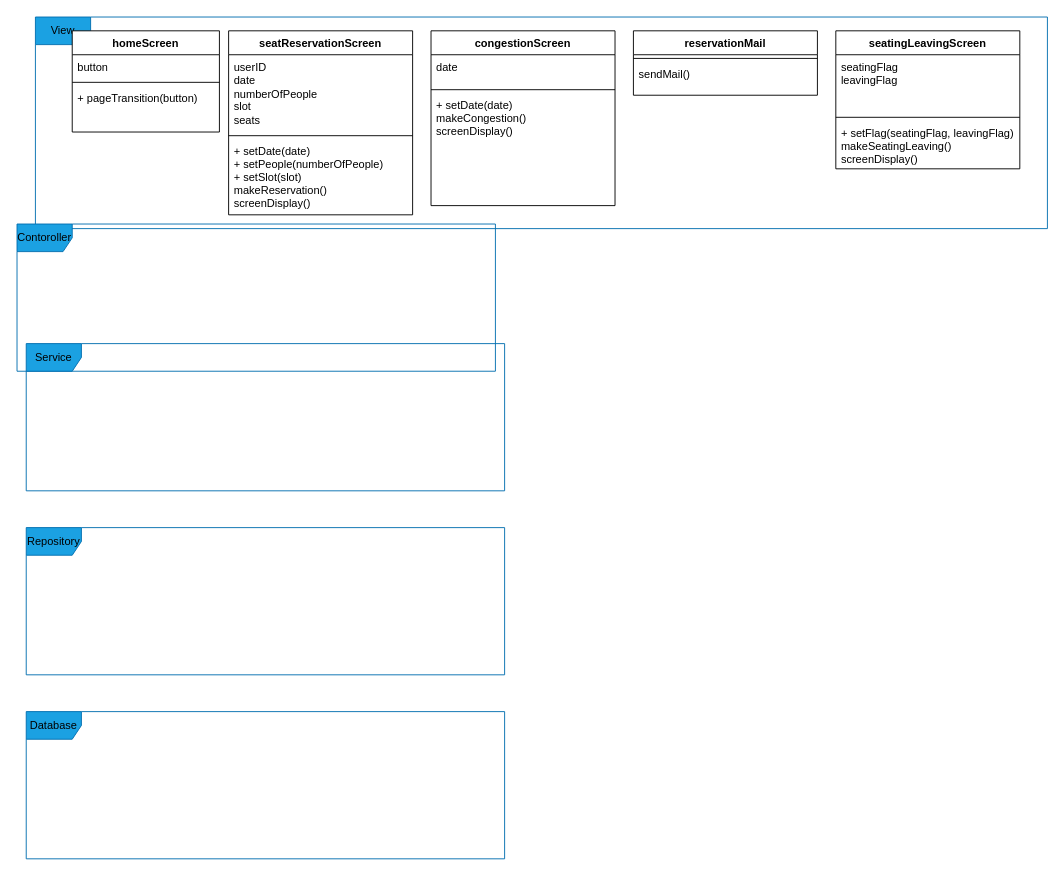
This is CaptainLunch/design/drawio/class_keita.drawio from 10matcho27/Avengers, a draw.io file, before an edit. Source tidied: cells renumbered, new cells numbered last; positions are measured from the earlier drawing's top-left corner, leaving out a move shared by most shapes. Both pictures are drawn from the tidied source at 92%, with x=0, y=0 at pixel (17, 17).
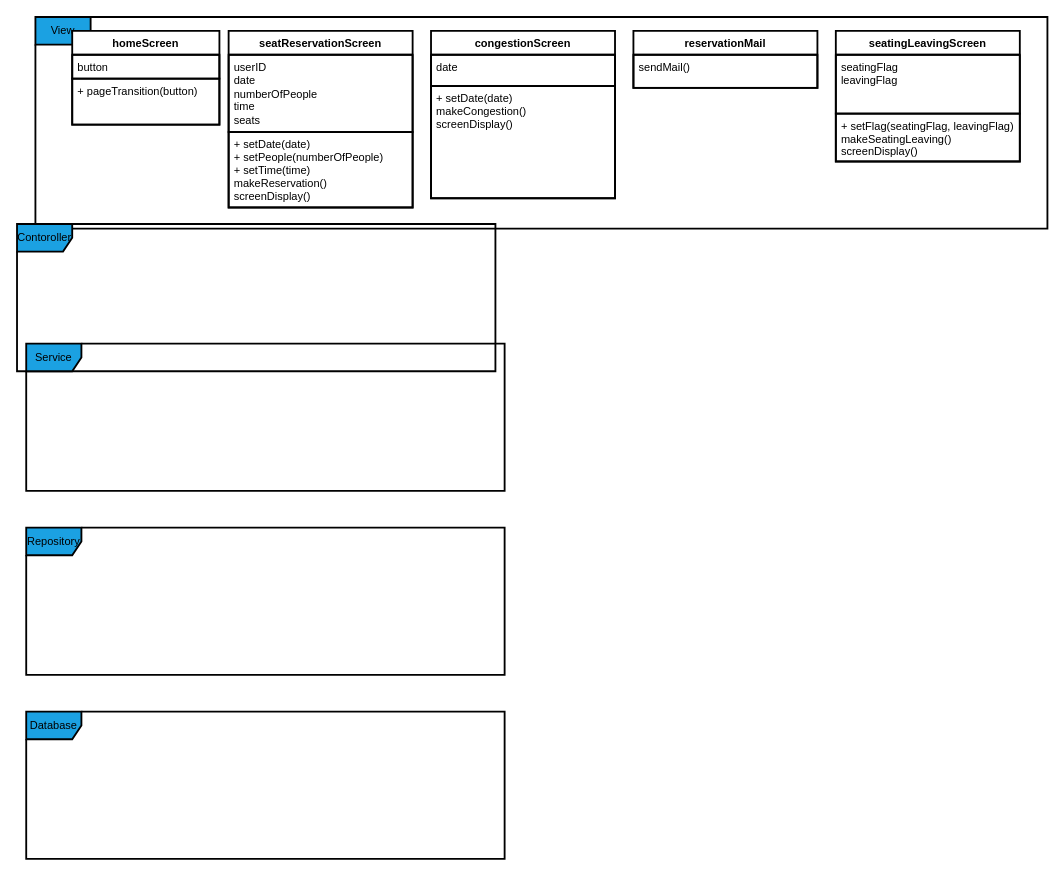
The same diagram, later.

Commit message (it also covers changes not shown here):
make view class

The edit, as a diff of the source:
```diff
@@
-    <mxCell id="2" value="View" style="shape=umlFrame;whiteSpace=wrap;html=1;fontColor=#000000;strokeColor=#006EAF;fillColor=#1ba1e2;" parent="1" vertex="1">
+    <mxCell id="2" value="View" style="shape=umlFrame;whiteSpace=wrap;html=1;fontColor=#000000;strokeColor=#000000;fillColor=#1ba1e2;strokeWidth=2;" parent="1" vertex="1">
       <mxGeometry x="20" width="1100" height="230" as="geometry" />
     </mxCell>
-    <mxCell id="3" value="Contoroller" style="shape=umlFrame;whiteSpace=wrap;html=1;fontColor=#000000;strokeColor=#006EAF;fillColor=#1ba1e2;" parent="1" vertex="1">
+    <mxCell id="3" value="Contoroller" style="shape=umlFrame;whiteSpace=wrap;html=1;fontColor=#000000;strokeColor=#000000;fillColor=#1ba1e2;strokeWidth=2;" parent="1" vertex="1">
       <mxGeometry y="225" width="520" height="160" as="geometry" />
     </mxCell>
-    <mxCell id="4" value="Service" style="shape=umlFrame;whiteSpace=wrap;html=1;fontColor=#000000;strokeColor=#006EAF;fillColor=#1ba1e2;" parent="1" vertex="1">
+    <mxCell id="4" value="Service" style="shape=umlFrame;whiteSpace=wrap;html=1;fontColor=#000000;strokeColor=#000000;fillColor=#1ba1e2;strokeWidth=2;" parent="1" vertex="1">
       <mxGeometry x="10" y="355" width="520" height="160" as="geometry" />
     </mxCell>
-    <mxCell id="5" value="Repository" style="shape=umlFrame;whiteSpace=wrap;html=1;fontColor=#000000;strokeColor=#006EAF;fillColor=#1ba1e2;" parent="1" vertex="1">
+    <mxCell id="5" value="Repository" style="shape=umlFrame;whiteSpace=wrap;html=1;fontColor=#000000;strokeColor=#000000;fillColor=#1ba1e2;strokeWidth=2;" parent="1" vertex="1">
       <mxGeometry x="10" y="555" width="520" height="160" as="geometry" />
     </mxCell>
-    <mxCell id="6" value="Database" style="shape=umlFrame;whiteSpace=wrap;html=1;fontColor=#000000;strokeColor=#006EAF;fillColor=#1ba1e2;" parent="1" vertex="1">
+    <mxCell id="6" value="Database" style="shape=umlFrame;whiteSpace=wrap;html=1;fontColor=#000000;strokeColor=#000000;fillColor=#1ba1e2;strokeWidth=2;" parent="1" vertex="1">
       <mxGeometry x="10" y="755" width="520" height="160" as="geometry" />
     </mxCell>
-    <mxCell id="7" value="homeScreen" style="swimlane;fontStyle=1;align=center;verticalAlign=top;horizontal=1;startSize=26;" parent="1" vertex="1">
-      <mxGeometry x="60" y="15" width="160" height="110" as="geometry" />
+    <mxCell id="7" value="homeScreen" style="swimlane;fontStyle=1;align=center;verticalAlign=top;horizontal=1;startSize=26;fontColor=#000000;strokeColor=#000000;fillColor=#FFFFFF;strokeWidth=2;" parent="1" vertex="1">
+      <mxGeometry x="60" y="15" width="160" height="102" as="geometry" />
     </mxCell>
-    <mxCell id="8" value="button" style="text;strokeColor=none;fillColor=none;align=left;verticalAlign=top;spacingLeft=4;spacingRight=4;overflow=hidden;html=1;" parent="7" vertex="1">
+    <mxCell id="8" value="button" style="text;strokeColor=#000000;fillColor=none;align=left;verticalAlign=top;spacingLeft=4;spacingRight=4;overflow=hidden;html=1;fontColor=#000000;strokeWidth=2;" parent="7" vertex="1">
       <mxGeometry y="26" width="160" height="26" as="geometry" />
     </mxCell>
-    <mxCell id="9" style="line;strokeWidth=1;fillColor=none;align=left;verticalAlign=middle;spacingTop=-1;spacingLeft=3;spacingRight=3;labelPosition=right;" parent="7" vertex="1">
-      <mxGeometry y="52" width="160" height="8" as="geometry" />
-    </mxCell>
-    <mxCell id="10" value="+ pageTransition(button)" style="text;strokeColor=none;fillColor=none;align=left;verticalAlign=top;spacingLeft=4;spacingRight=4;overflow=hidden;" parent="7" vertex="1">
-      <mxGeometry y="60" width="160" height="50" as="geometry" />
+    <mxCell id="10" value="+ pageTransition(button)" style="text;strokeColor=#000000;fillColor=none;align=left;verticalAlign=top;spacingLeft=4;spacingRight=4;overflow=hidden;fontColor=#000000;strokeWidth=2;" parent="7" vertex="1">
+      <mxGeometry y="52" width="160" height="50" as="geometry" />
     </mxCell>
-    <mxCell id="11" value="seatReservationScreen" style="swimlane;fontStyle=1;align=center;verticalAlign=top;horizontal=1;startSize=26;" parent="1" vertex="1">
-      <mxGeometry x="230" y="15" width="200" height="200" as="geometry" />
+    <mxCell id="11" value="seatReservationScreen" style="swimlane;fontStyle=1;align=center;verticalAlign=top;horizontal=1;startSize=26;fontColor=#000000;strokeColor=#000000;fillColor=#FFFFFF;strokeWidth=2;" parent="1" vertex="1">
+      <mxGeometry x="230" y="15" width="200" height="192" as="geometry" />
     </mxCell>
-    <mxCell id="12" value="userID&lt;br&gt;date&lt;br&gt;numberOfPeople&lt;br&gt;slot&lt;br&gt;seats" style="text;strokeColor=none;fillColor=none;align=left;verticalAlign=top;spacingLeft=4;spacingRight=4;overflow=hidden;html=1;" parent="11" vertex="1">
+    <mxCell id="12" value="userID&lt;br&gt;date&lt;br&gt;numberOfPeople&lt;br&gt;time&lt;br&gt;seats" style="text;strokeColor=#000000;fillColor=none;align=left;verticalAlign=top;spacingLeft=4;spacingRight=4;overflow=hidden;html=1;fontColor=#000000;strokeWidth=2;" parent="11" vertex="1">
       <mxGeometry y="26" width="200" height="84" as="geometry" />
     </mxCell>
-    <mxCell id="13" style="line;strokeWidth=1;fillColor=none;align=left;verticalAlign=middle;spacingTop=-1;spacingLeft=3;spacingRight=3;labelPosition=right;" parent="11" vertex="1">
-      <mxGeometry y="110" width="200" height="8" as="geometry" />
-    </mxCell>
-    <mxCell id="14" value="+ setDate(date)&#10;+ setPeople(numberOfPeople)&#10;+ setSlot(slot)&#10;makeReservation()&#10;screenDisplay()" style="text;strokeColor=none;fillColor=none;align=left;verticalAlign=top;spacingLeft=4;spacingRight=4;overflow=hidden;" parent="11" vertex="1">
-      <mxGeometry y="118" width="200" height="82" as="geometry" />
+    <mxCell id="14" value="+ setDate(date)&#10;+ setPeople(numberOfPeople)&#10;+ setTime(time)&#10;makeReservation()&#10;screenDisplay()" style="text;strokeColor=#000000;fillColor=none;align=left;verticalAlign=top;spacingLeft=4;spacingRight=4;overflow=hidden;fontColor=#000000;strokeWidth=2;" parent="11" vertex="1">
+      <mxGeometry y="110" width="200" height="82" as="geometry" />
     </mxCell>
-    <mxCell id="15" value="congestionScreen" style="swimlane;fontStyle=1;align=center;verticalAlign=top;horizontal=1;startSize=26;" parent="1" vertex="1">
-      <mxGeometry x="450" y="15" width="200" height="190" as="geometry" />
+    <mxCell id="15" value="congestionScreen" style="swimlane;fontStyle=1;align=center;verticalAlign=top;horizontal=1;startSize=26;fontColor=#000000;strokeColor=#000000;fillColor=#FFFFFF;strokeWidth=2;" parent="1" vertex="1">
+      <mxGeometry x="450" y="15" width="200" height="182" as="geometry" />
     </mxCell>
-    <mxCell id="16" value="date" style="text;strokeColor=none;fillColor=none;align=left;verticalAlign=top;spacingLeft=4;spacingRight=4;overflow=hidden;html=1;" parent="15" vertex="1">
+    <mxCell id="16" value="date" style="text;strokeColor=#000000;fillColor=none;align=left;verticalAlign=top;spacingLeft=4;spacingRight=4;overflow=hidden;html=1;fontColor=#000000;strokeWidth=2;" parent="15" vertex="1">
       <mxGeometry y="26" width="200" height="34" as="geometry" />
     </mxCell>
-    <mxCell id="17" style="line;strokeWidth=1;fillColor=none;align=left;verticalAlign=middle;spacingTop=-1;spacingLeft=3;spacingRight=3;labelPosition=right;" parent="15" vertex="1">
-      <mxGeometry y="60" width="200" height="8" as="geometry" />
-    </mxCell>
-    <mxCell id="18" value="+ setDate(date)&#10;makeCongestion()&#10;screenDisplay()" style="text;strokeColor=none;fillColor=none;align=left;verticalAlign=top;spacingLeft=4;spacingRight=4;overflow=hidden;" parent="15" vertex="1">
-      <mxGeometry y="68" width="200" height="122" as="geometry" />
+    <mxCell id="18" value="+ setDate(date)&#10;makeCongestion()&#10;screenDisplay()" style="text;strokeColor=#000000;fillColor=none;align=left;verticalAlign=top;spacingLeft=4;spacingRight=4;overflow=hidden;fontColor=#000000;strokeWidth=2;" parent="15" vertex="1">
+      <mxGeometry y="60" width="200" height="122" as="geometry" />
     </mxCell>
-    <mxCell id="19" value="reservationMail" style="swimlane;fontStyle=1;align=center;verticalAlign=top;horizontal=1;startSize=26;" parent="1" vertex="1">
-      <mxGeometry x="670" y="15" width="200" height="70" as="geometry" />
+    <mxCell id="19" value="reservationMail" style="swimlane;fontStyle=1;align=center;verticalAlign=top;horizontal=1;startSize=26;fontColor=#000000;strokeColor=#000000;fillColor=#FFFFFF;strokeWidth=2;" parent="1" vertex="1">
+      <mxGeometry x="670" y="15" width="200" height="62" as="geometry" />
     </mxCell>
-    <mxCell id="20" style="line;strokeWidth=1;fillColor=none;align=left;verticalAlign=middle;spacingTop=-1;spacingLeft=3;spacingRight=3;labelPosition=right;" parent="19" vertex="1">
-      <mxGeometry y="26" width="200" height="8" as="geometry" />
-    </mxCell>
-    <mxCell id="21" value="sendMail()" style="text;strokeColor=none;fillColor=none;align=left;verticalAlign=top;spacingLeft=4;spacingRight=4;overflow=hidden;" parent="19" vertex="1">
-      <mxGeometry y="34" width="200" height="36" as="geometry" />
+    <mxCell id="21" value="sendMail()" style="text;strokeColor=#000000;fillColor=none;align=left;verticalAlign=top;spacingLeft=4;spacingRight=4;overflow=hidden;fontColor=#000000;strokeWidth=2;" parent="19" vertex="1">
+      <mxGeometry y="26" width="200" height="36" as="geometry" />
     </mxCell>
-    <mxCell id="22" value="seatingLeavingScreen" style="swimlane;fontStyle=1;align=center;verticalAlign=top;horizontal=1;startSize=26;" parent="1" vertex="1">
-      <mxGeometry x="890" y="15" width="200" height="150" as="geometry" />
+    <mxCell id="22" value="seatingLeavingScreen" style="swimlane;fontStyle=1;align=center;verticalAlign=top;horizontal=1;startSize=26;fontColor=#000000;strokeColor=#000000;fillColor=#FFFFFF;strokeWidth=2;" parent="1" vertex="1">
+      <mxGeometry x="890" y="15" width="200" height="142" as="geometry" />
     </mxCell>
-    <mxCell id="23" value="seatingFlag&lt;br&gt;leavingFlag" style="text;strokeColor=none;fillColor=none;align=left;verticalAlign=top;spacingLeft=4;spacingRight=4;overflow=hidden;html=1;" parent="22" vertex="1">
+    <mxCell id="23" value="seatingFlag&lt;br&gt;leavingFlag" style="text;strokeColor=#000000;fillColor=none;align=left;verticalAlign=top;spacingLeft=4;spacingRight=4;overflow=hidden;html=1;fontColor=#000000;strokeWidth=2;" parent="22" vertex="1">
       <mxGeometry y="26" width="200" height="64" as="geometry" />
     </mxCell>
-    <mxCell id="24" style="line;strokeWidth=1;fillColor=none;align=left;verticalAlign=middle;spacingTop=-1;spacingLeft=3;spacingRight=3;labelPosition=right;" parent="22" vertex="1">
-      <mxGeometry y="90" width="200" height="8" as="geometry" />
-    </mxCell>
-    <mxCell id="25" value="+ setFlag(seatingFlag, leavingFlag)&#10;makeSeatingLeaving()&#10;screenDisplay()" style="text;strokeColor=none;fillColor=none;align=left;verticalAlign=top;spacingLeft=4;spacingRight=4;overflow=hidden;" parent="22" vertex="1">
-      <mxGeometry y="98" width="200" height="52" as="geometry" />
+    <mxCell id="25" value="+ setFlag(seatingFlag, leavingFlag)&#10;makeSeatingLeaving()&#10;screenDisplay()" style="text;strokeColor=#000000;fillColor=none;align=left;verticalAlign=top;spacingLeft=4;spacingRight=4;overflow=hidden;fontColor=#000000;strokeWidth=2;" parent="22" vertex="1">
+      <mxGeometry y="90" width="200" height="52" as="geometry" />
     </mxCell>
```
